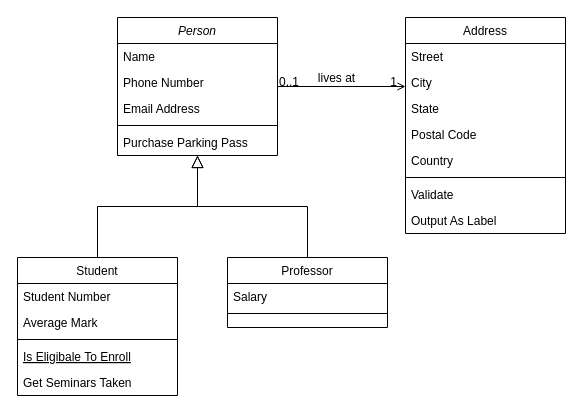
The draw.io diagram Class_diagram.drawio in thomas-binga/APO_SIR_PROJET, before the edit. Source tidied: cells renumbered, new cells numbered last; positions are measured from the earlier drawing's top-left corner, leaving out a move shared by most shapes. Both pictures are drawn from the tidied source at 100%, with x=0, y=0 at pixel (17, 17).
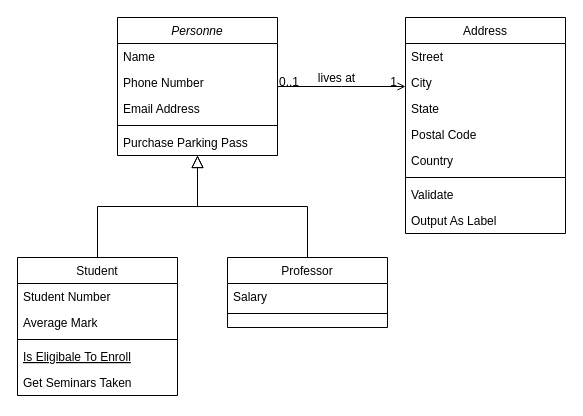
The same page after the edit.

Change to the diagram source:
```diff
@@
-    <mxCell id="2" value="Person" style="swimlane;fontStyle=2;align=center;verticalAlign=top;horizontal=1;startSize=26;rounded=0;shadow=0;strokeWidth=1;" parent="1" vertex="1">
+    <mxCell id="2" value="Personne" style="swimlane;fontStyle=2;align=center;verticalAlign=top;horizontal=1;startSize=26;rounded=0;shadow=0;strokeWidth=1;" parent="1" vertex="1">
       <mxGeometry x="100" width="160" height="138" as="geometry" />
     </mxCell>
```
